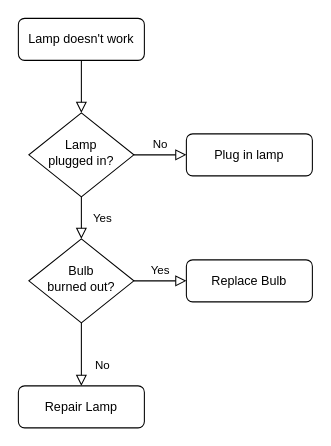
Above: 未命名绘图.drawio in liyp1120/draw.io (draw.io), before the change. Source tidied: cells renumbered, new cells numbered last; positions are measured from the earlier drawing's top-left corner, leaving out a move shared by most shapes. Both pictures are drawn from the tidied source at 105%, with x=0, y=0 at pixel (18, 18).
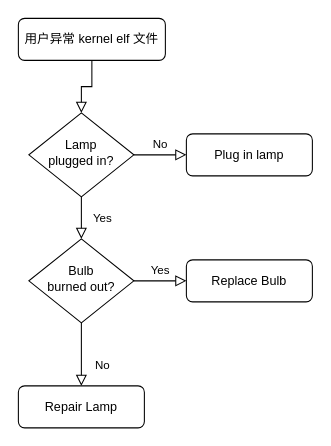
After the change.

Commit message:
性能异常分析.drawio

The edit, as a diff of the source:
```diff
@@
 <mxGraphModel>
   <root>
     <mxCell id="0" />
     <mxCell id="1" parent="0" />
     <mxCell id="2" style="rounded=0;html=1;jettySize=auto;fontSize=11;endArrow=block;endFill=0;endSize=8;strokeWidth=1;shadow=0;labelBackgroundColor=none;edgeStyle=orthogonalEdgeStyle;" parent="1" edge="1" source="3" target="6">
       <mxGeometry relative="1" as="geometry" />
     </mxCell>
-    <mxCell id="3" value="Lamp doesn't work" style="rounded=1;whiteSpace=wrap;html=1;fontSize=12;glass=0;strokeWidth=1;shadow=0;" parent="1" vertex="1">
-      <mxGeometry width="120" height="40" as="geometry" />
+    <mxCell id="3" value="用户异常 kernel elf 文件" style="rounded=1;whiteSpace=wrap;html=1;fontSize=12;glass=0;strokeWidth=1;shadow=0;" parent="1" vertex="1">
+      <mxGeometry width="140" height="40" as="geometry" />
     </mxCell>
     <mxCell id="4" value="Yes" style="rounded=0;html=1;jettySize=auto;fontSize=11;endArrow=block;endFill=0;endSize=8;strokeWidth=1;shadow=0;labelBackgroundColor=none;edgeStyle=orthogonalEdgeStyle;" parent="1" edge="1" source="6" target="10">
       <mxGeometry y="20" relative="1" as="geometry" />
     </mxCell>
     <mxCell id="5" value="No" style="edgeStyle=orthogonalEdgeStyle;rounded=0;html=1;jettySize=auto;fontSize=11;endArrow=block;endFill=0;endSize=8;strokeWidth=1;shadow=0;labelBackgroundColor=none;" parent="1" edge="1" source="6" target="7">
       <mxGeometry y="10" relative="1" as="geometry" />
     </mxCell>
     <mxCell id="6" value="Lamp&lt;br&gt;plugged in?" style="rhombus;whiteSpace=wrap;html=1;shadow=0;fontFamily=Helvetica;fontSize=12;align=center;strokeWidth=1;spacing=6;spacingTop=-4;" parent="1" vertex="1">
       <mxGeometry x="10" y="90" width="100" height="80" as="geometry" />
     </mxCell>
     <mxCell id="7" value="Plug in lamp" style="rounded=1;whiteSpace=wrap;html=1;fontSize=12;glass=0;strokeWidth=1;shadow=0;" parent="1" vertex="1">
       <mxGeometry x="160" y="110" width="120" height="40" as="geometry" />
     </mxCell>
     <mxCell id="8" value="No" style="rounded=0;html=1;jettySize=auto;fontSize=11;endArrow=block;endFill=0;endSize=8;strokeWidth=1;shadow=0;labelBackgroundColor=none;edgeStyle=orthogonalEdgeStyle;" parent="1" edge="1" source="10" target="11">
       <mxGeometry x="0.33" y="20" relative="1" as="geometry" />
     </mxCell>
     <mxCell id="9" value="Yes" style="edgeStyle=orthogonalEdgeStyle;rounded=0;html=1;jettySize=auto;fontSize=11;endArrow=block;endFill=0;endSize=8;strokeWidth=1;shadow=0;labelBackgroundColor=none;" parent="1" edge="1" source="10" target="12">
       <mxGeometry y="10" relative="1" as="geometry" />
     </mxCell>
     <mxCell id="10" value="Bulb&lt;br&gt;burned out?" style="rhombus;whiteSpace=wrap;html=1;shadow=0;fontFamily=Helvetica;fontSize=12;align=center;strokeWidth=1;spacing=6;spacingTop=-4;" parent="1" vertex="1">
       <mxGeometry x="10" y="210" width="100" height="80" as="geometry" />
     </mxCell>
     <mxCell id="11" value="Repair Lamp" style="rounded=1;whiteSpace=wrap;html=1;fontSize=12;glass=0;strokeWidth=1;shadow=0;" parent="1" vertex="1">
       <mxGeometry y="350" width="120" height="40" as="geometry" />
     </mxCell>
     <mxCell id="12" value="Replace Bulb" style="rounded=1;whiteSpace=wrap;html=1;fontSize=12;glass=0;strokeWidth=1;shadow=0;" parent="1" vertex="1">
       <mxGeometry x="160" y="230" width="120" height="40" as="geometry" />
     </mxCell>
   </root>
 </mxGraphModel>
```
